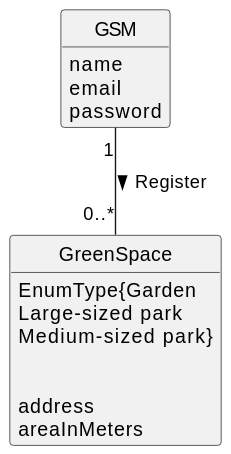
francisc-o-liveira/lei-24-s2-1dp-g163 keeps this PlantUML diagram as docs/sprintC/us020/02.analysis/svg/us020-domain-model.svg. Above is the earlier version.
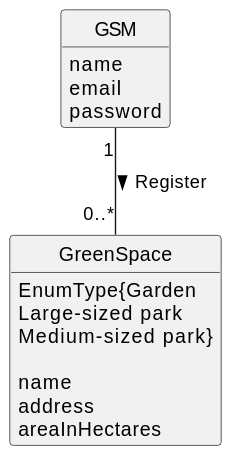
Later version of the same file.

What changed in the source:
```diff
@@ -22,9 +22,9 @@
 Large-sized park
 Medium-sized park}
 
-
+name
 address
-areaInMeters
+areaInHectares
 }
 
 
```
